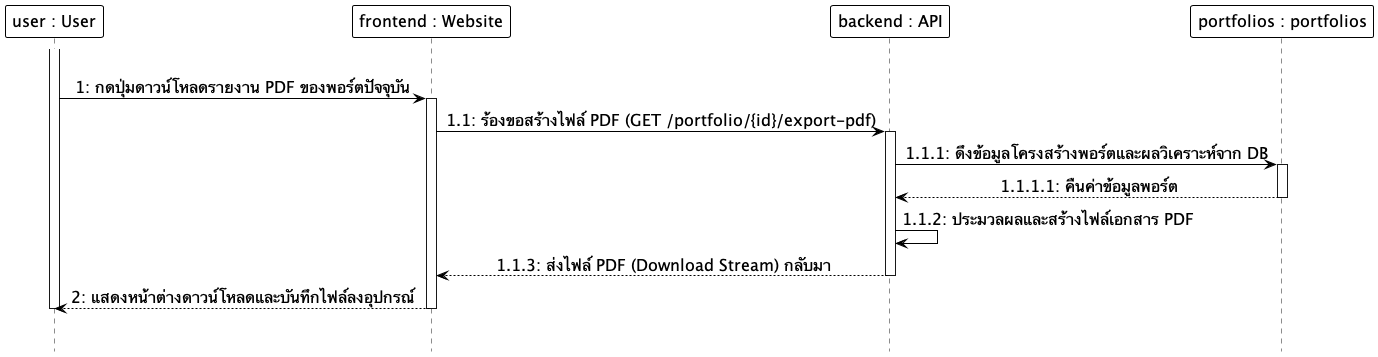
This is docs/diagrams/images/sequence/sequence_08_download_pdf.png from Anatta-at/my-portfolio-app, a PlantUML export, as it was before one commit.
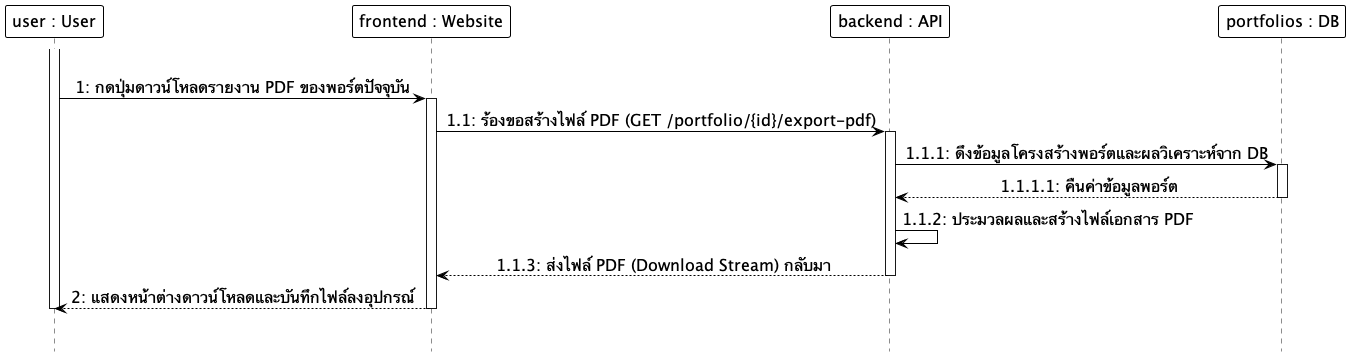
The same diagram one commit later.

Commit message:
docs: Refactor diagram participant names to use Table : DB notation for academic clarity

What changed in the source:
```diff
@@ -19,7 +19,7 @@
 participant "user : User" as User
 participant "frontend : Website" as Frontend
 participant "backend : API" as Backend
-participant "portfolios : portfolios" as DB
+participant "portfolios : DB" as DB
 
 |||
 activate User
```
